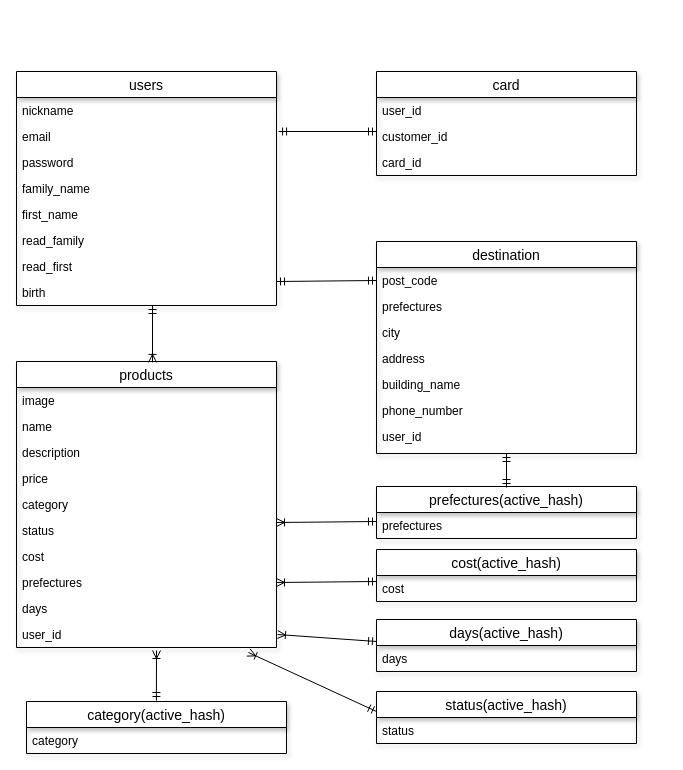
This is test.dio from mt1107056/furima-34768, a draw.io file, before an edit. Source tidied: cells renumbered, new cells numbered last; positions are measured from the earlier drawing's top-left corner, leaving out a move shared by most shapes. Both pictures are drawn from the tidied source at 100%, with x=0, y=0 at pixel (16, 71).
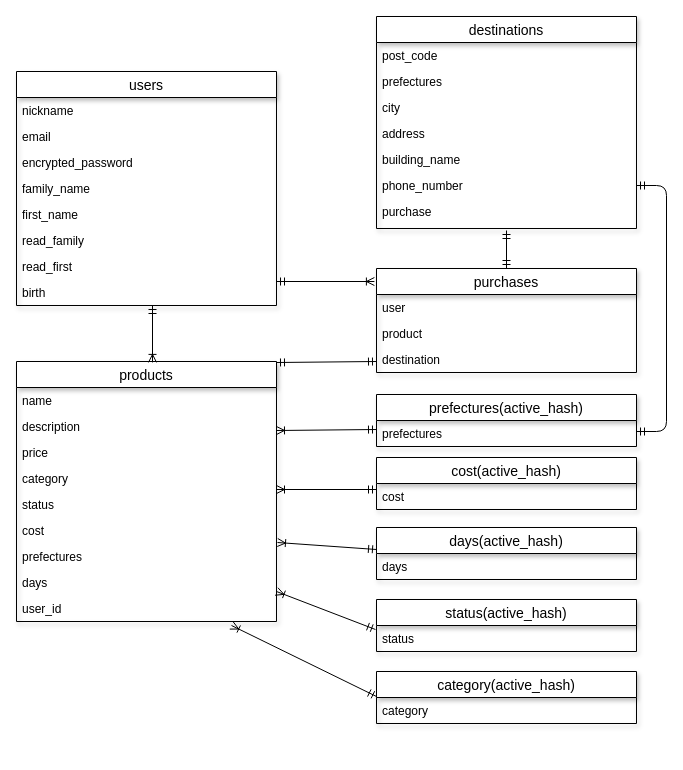
Above is the later version.

Commit message (it also covers changes not shown here):
テーブル設計（修正）

Unchanged cells that the change refers to:
```xml
<mxCell id="2" value="users" style="swimlane;fontStyle=0;horizontal=1;startSize=26;align=center;fontSize=14;shadow=1;" parent="1" vertex="1">
  <mxGeometry width="260" height="234" as="geometry" />
</mxCell>
<mxCell id="23" value="post_code" style="text;strokeColor=none;fillColor=none;spacingLeft=4;spacingRight=4;overflow=hidden;points=[[0,0.5],[1,0.5]];portConstraint=eastwest;fontSize=12;" parent="22" vertex="1">
  <mxGeometry y="26" width="260" height="26" as="geometry" />
</mxCell>
<mxCell id="28" value="phone_number" style="text;strokeColor=none;fillColor=none;spacingLeft=4;spacingRight=4;overflow=hidden;points=[[0,0.5],[1,0.5]];portConstraint=eastwest;fontSize=12;" parent="22" vertex="1">
  <mxGeometry y="156" width="260" height="26" as="geometry" />
</mxCell>
<mxCell id="35" value="category" style="text;strokeColor=none;fillColor=none;spacingLeft=4;spacingRight=4;overflow=hidden;points=[[0,0.5],[1,0.5]];portConstraint=eastwest;fontSize=12;" parent="34" vertex="1">
  <mxGeometry y="26" width="260" height="26" as="geometry" />
</mxCell>
<mxCell id="39" value="status" style="text;strokeColor=none;fillColor=none;spacingLeft=4;spacingRight=4;overflow=hidden;points=[[0,0.5],[1,0.5]];portConstraint=eastwest;fontSize=12;" parent="38" vertex="1">
  <mxGeometry y="26" width="260" height="26" as="geometry" />
</mxCell>
```

Diff of the diagram source:
```diff
@@
-    <mxCell id="5" value="password" style="text;strokeColor=none;fillColor=none;spacingLeft=4;spacingRight=4;overflow=hidden;fontSize=12;" parent="2" vertex="1">
+    <mxCell id="5" value="encrypted_password" style="text;strokeColor=none;fillColor=none;spacingLeft=4;spacingRight=4;overflow=hidden;fontSize=12;" parent="2" vertex="1">
       <mxGeometry y="78" width="260" height="26" as="geometry" />
     </mxCell>
@@
     <mxCell id="11" value="products" style="swimlane;fontStyle=0;horizontal=1;startSize=26;align=center;fontSize=14;shadow=1;" parent="1" vertex="1">
-      <mxGeometry y="290" width="260" height="286" as="geometry" />
+      <mxGeometry y="290" width="260" height="260" as="geometry" />
     </mxCell>
-    <mxCell id="12" value="image" style="text;strokeColor=none;fillColor=none;spacingLeft=4;spacingRight=4;overflow=hidden;fontSize=12;" parent="11" vertex="1">
-      <mxGeometry y="26" width="260" height="26" as="geometry" />
-    </mxCell>
     <mxCell id="13" value="name" style="text;strokeColor=none;fillColor=none;spacingLeft=4;spacingRight=4;overflow=hidden;fontSize=12;" parent="11" vertex="1">
-      <mxGeometry y="52" width="260" height="26" as="geometry" />
+      <mxGeometry y="26" width="260" height="26" as="geometry" />
     </mxCell>
     <mxCell id="14" value="description" style="text;strokeColor=none;fillColor=none;spacingLeft=4;spacingRight=4;overflow=hidden;fontSize=12;" parent="11" vertex="1">
-      <mxGeometry y="78" width="260" height="26" as="geometry" />
+      <mxGeometry y="52" width="260" height="26" as="geometry" />
     </mxCell>
     <mxCell id="15" value="price" style="text;strokeColor=none;fillColor=none;spacingLeft=4;spacingRight=4;overflow=hidden;fontSize=12;" parent="11" vertex="1">
-      <mxGeometry y="104" width="260" height="26" as="geometry" />
+      <mxGeometry y="78" width="260" height="26" as="geometry" />
     </mxCell>
     <mxCell id="16" value="category" style="text;strokeColor=none;fillColor=none;spacingLeft=4;spacingRight=4;overflow=hidden;fontSize=12;" parent="11" vertex="1">
-      <mxGeometry y="130" width="260" height="26" as="geometry" />
+      <mxGeometry y="104" width="260" height="26" as="geometry" />
     </mxCell>
     <mxCell id="17" value="status" style="text;strokeColor=none;fillColor=none;spacingLeft=4;spacingRight=4;overflow=hidden;fontSize=12;" parent="11" vertex="1">
-      <mxGeometry y="156" width="260" height="26" as="geometry" />
+      <mxGeometry y="130" width="260" height="26" as="geometry" />
     </mxCell>
     <mxCell id="18" value="cost" style="text;strokeColor=none;fillColor=none;spacingLeft=4;spacingRight=4;overflow=hidden;fontSize=12;" parent="11" vertex="1">
-      <mxGeometry y="182" width="260" height="26" as="geometry" />
+      <mxGeometry y="156" width="260" height="26" as="geometry" />
     </mxCell>
     <mxCell id="19" value="prefectures" style="text;strokeColor=none;fillColor=none;spacingLeft=4;spacingRight=4;overflow=hidden;points=[[0,0.5],[1,0.5]];portConstraint=eastwest;fontSize=12;" parent="11" vertex="1">
-      <mxGeometry y="208" width="260" height="26" as="geometry" />
+      <mxGeometry y="182" width="260" height="26" as="geometry" />
     </mxCell>
     <mxCell id="20" value="days" style="text;strokeColor=none;fillColor=none;spacingLeft=4;spacingRight=4;overflow=hidden;fontSize=12;" parent="11" vertex="1">
-      <mxGeometry y="234" width="260" height="26" as="geometry" />
+      <mxGeometry y="208" width="260" height="26" as="geometry" />
     </mxCell>
+    <mxCell id="47" style="endArrow=ERmandOne;html=1;rounded=0;startArrow=ERoneToMany;startFill=0;entryX=-0.004;entryY=0.154;entryDx=0;entryDy=0;entryPerimeter=0;exitX=0.892;exitY=1.192;exitDx=0;exitDy=0;exitPerimeter=0;endFill=0;" parent="11" edge="1" target="39">
+      <mxGeometry relative="1" as="geometry">
+        <mxPoint x="260" y="230" as="sourcePoint" />
+      </mxGeometry>
+    </mxCell>
     <mxCell id="21" value="user_id" style="text;strokeColor=none;fillColor=none;spacingLeft=4;spacingRight=4;overflow=hidden;points=[[0,0.5],[1,0.5]];portConstraint=eastwest;fontSize=12;" parent="11" vertex="1">
-      <mxGeometry y="260" width="260" height="26" as="geometry" />
+      <mxGeometry y="234" width="260" height="26" as="geometry" />
     </mxCell>
-    <mxCell id="22" value="destination" style="swimlane;fontStyle=0;horizontal=1;startSize=26;align=center;fontSize=14;shadow=1;" parent="1" vertex="1">
-      <mxGeometry x="360" y="170" width="260" height="212" as="geometry" />
+    <mxCell id="22" value="destinations" style="swimlane;fontStyle=0;horizontal=1;startSize=26;align=center;fontSize=14;shadow=1;" parent="1" vertex="1">
+      <mxGeometry x="360" y="-55" width="260" height="212" as="geometry" />
     </mxCell>
@@
-    <mxCell id="29" value="user_id" style="text;strokeColor=none;fillColor=none;spacingLeft=4;spacingRight=4;overflow=hidden;fontSize=12;" parent="22" vertex="1">
+    <mxCell id="29" value="purchase" style="text;strokeColor=none;fillColor=none;spacingLeft=4;spacingRight=4;overflow=hidden;fontSize=12;" parent="22" vertex="1">
       <mxGeometry y="182" width="260" height="30" as="geometry" />
     </mxCell>
-    <mxCell id="30" value="card" style="swimlane;fontStyle=0;horizontal=1;startSize=26;align=center;fontSize=14;shadow=1;" parent="1" vertex="1">
-      <mxGeometry x="360" width="260" height="104" as="geometry" />
+    <mxCell id="30" value="purchases" style="swimlane;fontStyle=0;horizontal=1;startSize=26;align=center;fontSize=14;shadow=1;" parent="1" vertex="1">
+      <mxGeometry x="360" y="197" width="260" height="104" as="geometry" />
     </mxCell>
-    <mxCell id="31" value="user_id" style="text;strokeColor=none;fillColor=none;spacingLeft=4;spacingRight=4;overflow=hidden;fontSize=12;" parent="30" vertex="1">
+    <mxCell id="31" value="user" style="text;strokeColor=none;fillColor=none;spacingLeft=4;spacingRight=4;overflow=hidden;fontSize=12;" parent="30" vertex="1">
       <mxGeometry y="26" width="260" height="26" as="geometry" />
     </mxCell>
-    <mxCell id="32" value="customer_id" style="text;strokeColor=none;fillColor=none;spacingLeft=4;spacingRight=4;overflow=hidden;fontSize=12;" parent="30" vertex="1">
+    <mxCell id="32" value="product" style="text;strokeColor=none;fillColor=none;spacingLeft=4;spacingRight=4;overflow=hidden;fontSize=12;" parent="30" vertex="1">
       <mxGeometry y="52" width="260" height="26" as="geometry" />
     </mxCell>
-    <mxCell id="33" value="card_id" style="text;strokeColor=none;fillColor=none;spacingLeft=4;spacingRight=4;overflow=hidden;fontSize=12;" parent="30" vertex="1">
+    <mxCell id="33" value="destination" style="text;strokeColor=none;fillColor=none;spacingLeft=4;spacingRight=4;overflow=hidden;fontSize=12;" parent="30" vertex="1">
       <mxGeometry y="78" width="260" height="26" as="geometry" />
     </mxCell>
     <mxCell id="34" value="category(active_hash)" style="swimlane;fontStyle=0;horizontal=1;startSize=26;align=center;fontSize=14;shadow=1;" parent="1" vertex="1">
-      <mxGeometry x="10" y="630" width="260" height="52" as="geometry" />
+      <mxGeometry x="360" y="600" width="260" height="52" as="geometry" />
     </mxCell>
@@
     <mxCell id="36" value="prefectures(active_hash)" style="swimlane;fontStyle=0;horizontal=1;startSize=26;align=center;fontSize=14;shadow=1;" parent="1" vertex="1">
-      <mxGeometry x="360" y="415" width="260" height="52" as="geometry" />
+      <mxGeometry x="360" y="323" width="260" height="52" as="geometry" />
     </mxCell>
@@
     <mxCell id="38" value="status(active_hash)" style="swimlane;fontStyle=0;horizontal=1;startSize=26;align=center;fontSize=14;shadow=1;" parent="1" vertex="1">
-      <mxGeometry x="360" y="620" width="260" height="52" as="geometry" />
+      <mxGeometry x="360" y="528" width="260" height="52" as="geometry" />
     </mxCell>
@@
     <mxCell id="40" value="days(active_hash)" style="swimlane;fontStyle=0;horizontal=1;startSize=26;align=center;fontSize=14;shadow=1;" parent="1" vertex="1">
-      <mxGeometry x="360" y="548" width="260" height="52" as="geometry" />
+      <mxGeometry x="360" y="456" width="260" height="52" as="geometry" />
     </mxCell>
@@
     <mxCell id="42" value="cost(active_hash)" style="swimlane;fontStyle=0;horizontal=1;startSize=26;align=center;fontSize=14;shadow=1;" parent="1" vertex="1">
-      <mxGeometry x="360" y="478" width="260" height="52" as="geometry" />
+      <mxGeometry x="360" y="386" width="260" height="52" as="geometry" />
     </mxCell>
@@
-    <mxCell id="45" style="endArrow=ERmandOne;html=1;rounded=0;startArrow=ERoneToMany;startFill=0;entryX=0.004;entryY=0.231;entryDx=0;entryDy=0;entryPerimeter=0;endFill=0;exitX=1;exitY=0.5;exitDx=0;exitDy=0;" parent="1" edge="1" source="19">
+    <mxCell id="45" style="endArrow=ERmandOne;html=1;rounded=0;startArrow=ERoneToMany;startFill=0;entryX=0.004;entryY=0.231;entryDx=0;entryDy=0;entryPerimeter=0;endFill=0;" parent="1" edge="1">
       <mxGeometry relative="1" as="geometry">
-        <mxPoint x="360" y="510" as="targetPoint" />
+        <mxPoint x="260" y="418" as="sourcePoint" />
+        <mxPoint x="360" y="418" as="targetPoint" />
       </mxGeometry>
     </mxCell>
     <mxCell id="46" style="endArrow=ERmandOne;html=1;rounded=0;startArrow=ERoneToMany;startFill=0;entryX=0.004;entryY=0.231;entryDx=0;entryDy=0;entryPerimeter=0;endFill=0;" parent="1" edge="1">
       <mxGeometry relative="1" as="geometry">
-        <mxPoint x="261" y="563" as="sourcePoint" />
-        <mxPoint x="360" y="570" as="targetPoint" />
+        <mxPoint x="261" y="471" as="sourcePoint" />
+        <mxPoint x="360" y="478" as="targetPoint" />
       </mxGeometry>
     </mxCell>
-    <mxCell id="47" style="endArrow=ERmandOne;html=1;rounded=0;startArrow=ERoneToMany;startFill=0;entryX=0.004;entryY=0.231;entryDx=0;entryDy=0;entryPerimeter=0;exitX=0.892;exitY=1.192;exitDx=0;exitDy=0;exitPerimeter=0;endFill=0;" parent="1" edge="1" source="21">
-      <mxGeometry relative="1" as="geometry">
-        <mxPoint x="360" y="640" as="targetPoint" />
-      </mxGeometry>
-    </mxCell>
-    <mxCell id="48" style="endArrow=ERmandOne;html=1;rounded=0;startArrow=ERoneToMany;startFill=0;entryX=0.569;entryY=0;entryDx=0;entryDy=0;entryPerimeter=0;endFill=0;" parent="1" edge="1">
-      <mxGeometry relative="1" as="geometry">
-        <mxPoint x="140" y="579" as="sourcePoint" />
-        <mxPoint x="139.9" y="629" as="targetPoint" />
-      </mxGeometry>
+    <mxCell id="48" style="endArrow=ERmandOne;html=1;rounded=0;startArrow=ERoneToMany;startFill=0;entryX=0;entryY=-0.038;entryDx=0;entryDy=0;entryPerimeter=0;endFill=0;exitX=0.827;exitY=1.154;exitDx=0;exitDy=0;exitPerimeter=0;" parent="1" edge="1" source="21" target="35">
+      <mxGeometry relative="1" as="geometry" />
     </mxCell>
-    <mxCell id="49" style="endArrow=ERmandOne;html=1;rounded=0;startArrow=ERmandOne;startFill=0;entryX=1.008;entryY=0.269;entryDx=0;entryDy=0;entryPerimeter=0;endFill=0;" parent="1" edge="1">
+    <mxCell id="49" style="endArrow=ERmandOne;html=1;rounded=0;startArrow=ERoneToMany;startFill=0;entryX=1.008;entryY=0.269;entryDx=0;entryDy=0;entryPerimeter=0;endFill=0;" parent="1" edge="1">
       <mxGeometry relative="1" as="geometry">
-        <mxPoint x="360" y="60" as="sourcePoint" />
-        <mxPoint x="262.1" y="60" as="targetPoint" />
+        <mxPoint x="357.9" y="210" as="sourcePoint" />
+        <mxPoint x="260" y="210" as="targetPoint" />
       </mxGeometry>
     </mxCell>
-    <mxCell id="50" style="endArrow=ERmandOne;html=1;rounded=0;startArrow=ERmandOne;startFill=0;endFill=0;entryX=0;entryY=0.5;entryDx=0;entryDy=0;" parent="1" edge="1" target="23">
-      <mxGeometry relative="1" as="geometry">
-        <mxPoint x="260" y="210" as="sourcePoint" />
-      </mxGeometry>
-    </mxCell>
     <mxCell id="51" style="endArrow=ERmandOne;html=1;rounded=0;startArrow=ERoneToMany;startFill=0;entryX=0.004;entryY=0.231;entryDx=0;entryDy=0;entryPerimeter=0;endFill=0;exitX=1;exitY=0.5;exitDx=0;exitDy=0;" parent="1" edge="1">
       <mxGeometry relative="1" as="geometry">
-        <mxPoint x="260" y="451" as="sourcePoint" />
-        <mxPoint x="360" y="450" as="targetPoint" />
+        <mxPoint x="260" y="359" as="sourcePoint" />
+        <mxPoint x="360" y="358" as="targetPoint" />
       </mxGeometry>
     </mxCell>
-    <mxCell id="52" style="endArrow=ERmandOne;html=1;rounded=0;entryX=0.5;entryY=0;entryDx=0;entryDy=0;startArrow=ERmandOne;startFill=0;endFill=0;" parent="1" edge="1">
-      <mxGeometry relative="1" as="geometry">
-        <mxPoint x="490" y="382" as="sourcePoint" />
-        <mxPoint x="490" y="416" as="targetPoint" />
-      </mxGeometry>
-    </mxCell>
+    <mxCell id="53" style="endArrow=ERmandOne;html=1;rounded=0;startArrow=ERmandOne;startFill=0;endFill=0;" parent="1" edge="1">
+      <mxGeometry relative="1" as="geometry">
+        <mxPoint x="490" y="159" as="sourcePoint" />
+        <mxPoint x="490" y="197" as="targetPoint" />
+      </mxGeometry>
+    </mxCell>
+    <mxCell id="54" style="edgeStyle=entityRelationEdgeStyle;fontSize=12;html=1;endArrow=ERmandOne;startArrow=ERmandOne;entryX=1;entryY=0.5;entryDx=0;entryDy=0;" parent="1" edge="1" target="28">
+      <mxGeometry relative="1" as="geometry">
+        <mxPoint x="620" y="360" as="sourcePoint" />
+      </mxGeometry>
+    </mxCell>
+    <mxCell id="55" style="endArrow=ERmandOne;html=1;rounded=0;startArrow=ERmandOne;startFill=0;endFill=0;entryX=0;entryY=0.5;entryDx=0;entryDy=0;" parent="1" edge="1">
+      <mxGeometry relative="1" as="geometry">
+        <mxPoint x="260" y="291" as="sourcePoint" />
+        <mxPoint x="360" y="290" as="targetPoint" />
+      </mxGeometry>
+    </mxCell>
```
